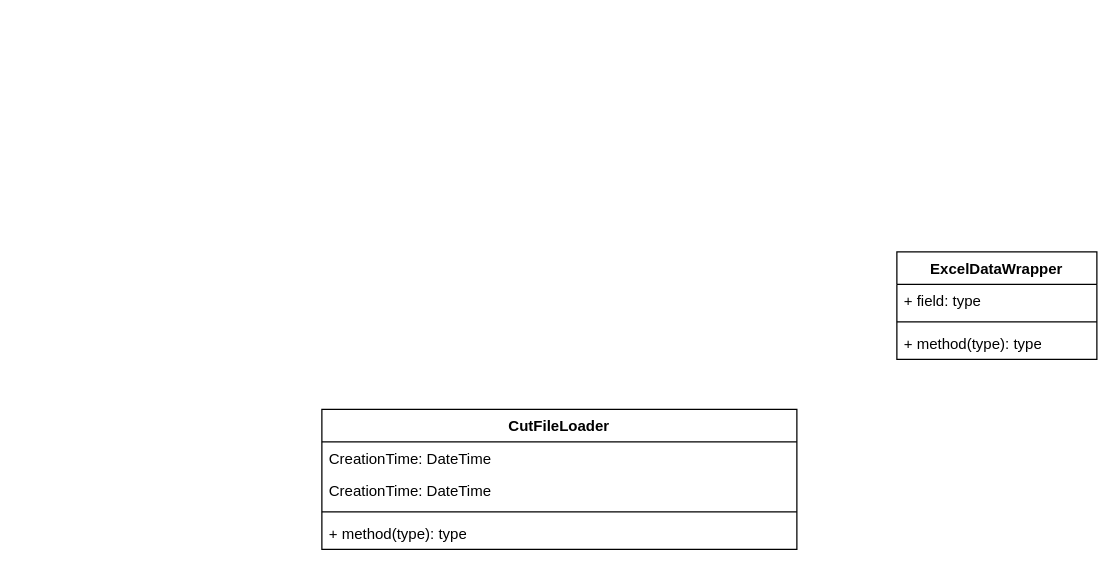
YaolinGe/OD keeps this draw.io diagram as page "Page-1" (1 of 2) of design/architecture.drawio. Above is the earlier version. Source tidied: cells renumbered, new cells numbered last; positions are measured from the earlier drawing's top-left corner, leaving out a move shared by most shapes. Both pictures are drawn from the tidied source at 125%, with x=0, y=0 at pixel (321, 251).
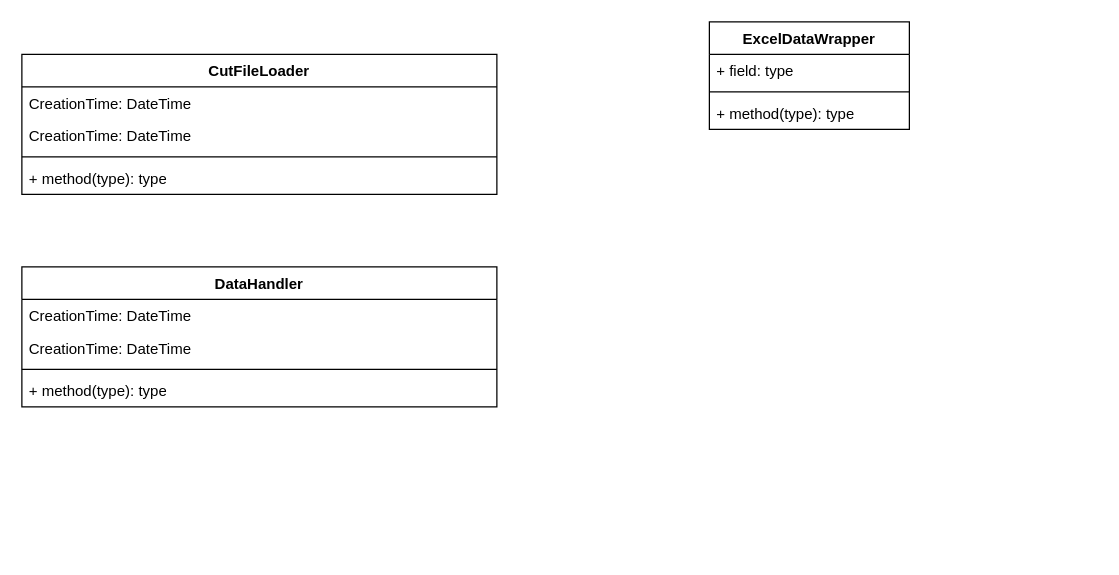
The same diagram, later.

What changed in the source:
```diff
@@
 <mxGraphModel>
   <root>
     <mxCell id="0" />
     <mxCell id="1" parent="0" />
     <mxCell id="2" value="CutFileLoader&lt;br&gt;" style="swimlane;fontStyle=1;align=center;verticalAlign=top;horizontal=1;startSize=26;whiteSpace=wrap;html=1;" parent="1" vertex="1">
-      <mxGeometry y="126" width="380" height="112" as="geometry" />
+      <mxGeometry x="-240" y="-158" width="380" height="112" as="geometry" />
     </mxCell>
     <mxCell id="3" value="CreationTime: DateTime" style="text;strokeColor=none;fillColor=none;align=left;verticalAlign=top;spacingLeft=4;spacingRight=4;overflow=hidden;whiteSpace=wrap;html=1;" parent="2" vertex="1">
       <mxGeometry y="26" width="380" height="26" as="geometry" />
     </mxCell>
     <mxCell id="4" value="CreationTime: DateTime" style="text;strokeColor=none;fillColor=none;align=left;verticalAlign=top;spacingLeft=4;spacingRight=4;overflow=hidden;whiteSpace=wrap;html=1;" parent="2" vertex="1">
       <mxGeometry y="52" width="380" height="26" as="geometry" />
     </mxCell>
     <mxCell id="5" style="line;strokeWidth=1;fillColor=none;align=left;verticalAlign=middle;spacingTop=-1;spacingLeft=3;spacingRight=3;labelPosition=right;strokeColor=inherit;" parent="2" vertex="1">
       <mxGeometry y="78" width="380" height="8" as="geometry" />
     </mxCell>
     <mxCell id="6" value="+ method(type): type" style="text;strokeColor=none;fillColor=none;align=left;verticalAlign=top;spacingLeft=4;spacingRight=4;overflow=hidden;whiteSpace=wrap;html=1;" parent="2" vertex="1">
       <mxGeometry y="86" width="380" height="26" as="geometry" />
     </mxCell>
     <mxCell id="7" value="ExcelDataWrapper" style="swimlane;fontStyle=1;align=center;verticalAlign=top;horizontal=1;startSize=26;whiteSpace=wrap;html=1;" parent="1" vertex="1">
-      <mxGeometry x="460" width="160" height="86" as="geometry" />
+      <mxGeometry x="310" y="-184" width="160" height="86" as="geometry" />
     </mxCell>
     <mxCell id="8" value="+ field: type" style="text;strokeColor=none;fillColor=none;align=left;verticalAlign=top;spacingLeft=4;spacingRight=4;overflow=hidden;whiteSpace=wrap;html=1;" parent="7" vertex="1">
       <mxGeometry y="26" width="160" height="26" as="geometry" />
     </mxCell>
     <mxCell id="9" style="line;strokeWidth=1;fillColor=none;align=left;verticalAlign=middle;spacingTop=-1;spacingLeft=3;spacingRight=3;labelPosition=right;strokeColor=inherit;" parent="7" vertex="1">
       <mxGeometry y="52" width="160" height="8" as="geometry" />
     </mxCell>
     <mxCell id="10" value="+ method(type): type" style="text;strokeColor=none;fillColor=none;align=left;verticalAlign=top;spacingLeft=4;spacingRight=4;overflow=hidden;whiteSpace=wrap;html=1;" parent="7" vertex="1">
       <mxGeometry y="60" width="160" height="26" as="geometry" />
     </mxCell>
+    <mxCell id="11" value="DataHandler" style="swimlane;fontStyle=1;align=center;verticalAlign=top;horizontal=1;startSize=26;whiteSpace=wrap;html=1;" parent="1" vertex="1">
+      <mxGeometry x="-240" y="12" width="380" height="112" as="geometry" />
+    </mxCell>
+    <mxCell id="12" value="CreationTime: DateTime" style="text;strokeColor=none;fillColor=none;align=left;verticalAlign=top;spacingLeft=4;spacingRight=4;overflow=hidden;whiteSpace=wrap;html=1;" parent="11" vertex="1">
+      <mxGeometry y="26" width="380" height="26" as="geometry" />
+    </mxCell>
+    <mxCell id="13" value="CreationTime: DateTime" style="text;strokeColor=none;fillColor=none;align=left;verticalAlign=top;spacingLeft=4;spacingRight=4;overflow=hidden;whiteSpace=wrap;html=1;" parent="11" vertex="1">
+      <mxGeometry y="52" width="380" height="26" as="geometry" />
+    </mxCell>
+    <mxCell id="14" style="line;strokeWidth=1;fillColor=none;align=left;verticalAlign=middle;spacingTop=-1;spacingLeft=3;spacingRight=3;labelPosition=right;strokeColor=inherit;" parent="11" vertex="1">
+      <mxGeometry y="78" width="380" height="8" as="geometry" />
+    </mxCell>
+    <mxCell id="15" value="+ method(type): type" style="text;strokeColor=none;fillColor=none;align=left;verticalAlign=top;spacingLeft=4;spacingRight=4;overflow=hidden;whiteSpace=wrap;html=1;" parent="11" vertex="1">
+      <mxGeometry y="86" width="380" height="26" as="geometry" />
+    </mxCell>
   </root>
 </mxGraphModel>
```
